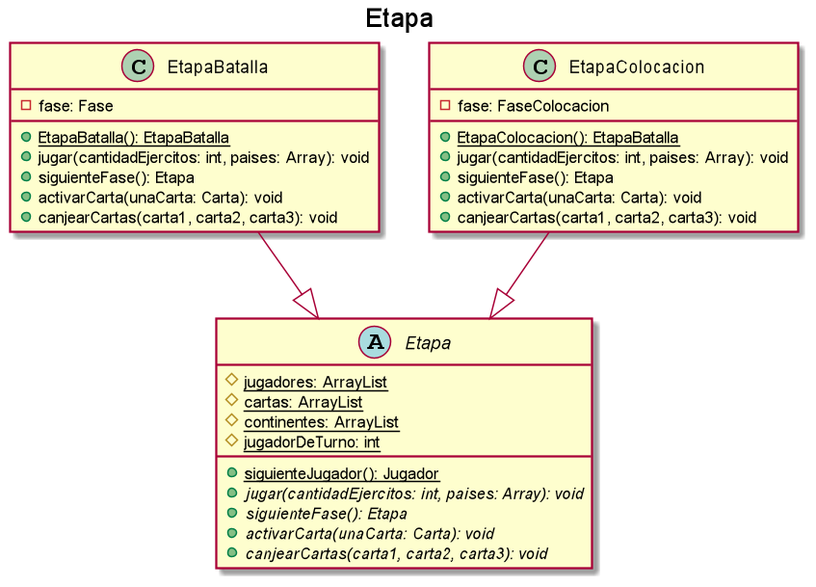
The PlantUML diagram docs/diagramas/diagramas de clase/Etapa.png in nauee/Algo3-TP2, before a commit. The source it was exported from:
```plantuml
@startuml

title Etapa

abstract class Etapa {
    # {static} jugadores: ArrayList
    # {static} cartas: ArrayList
    # {static} continentes: ArrayList
    # {static} jugadorDeTurno: int
    + {static} siguienteJugador(): Jugador
    + {abstract} jugar(cantidadEjercitos: int, paises: Array): void
    + {abstract} siguienteFase(): Etapa
    + {abstract} activarCarta(unaCarta: Carta): void
    + {abstract} canjearCartas(carta1, carta2, carta3): void
}

EtapaBatalla --|> Etapa
EtapaColocacion --|> Etapa

class EtapaBatalla {
    - fase: Fase
    + {static} EtapaBatalla(): EtapaBatalla
    + jugar(cantidadEjercitos: int, paises: Array): void
    + siguienteFase(): Etapa
    + activarCarta(unaCarta: Carta): void
    + canjearCartas(carta1, carta2, carta3): void
}

class EtapaColocacion {
    - fase: FaseColocacion
    + {static} EtapaColocacion(): EtapaBatalla
    + jugar(cantidadEjercitos: int, paises: Array): void
    + siguienteFase(): Etapa
    + activarCarta(unaCarta: Carta): void
    + canjearCartas(carta1, carta2, carta3): void
}

@enduml
```
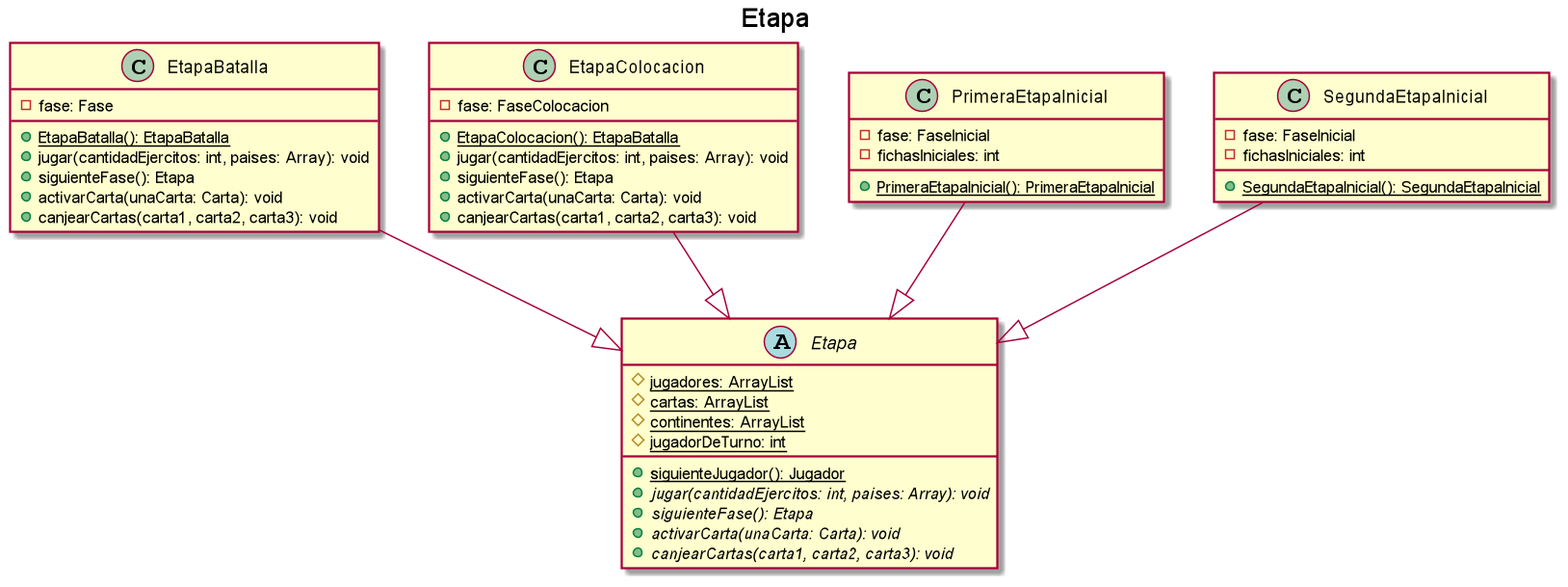
The same file after the commit.

Commit message:
Actualizacion diagramas

The edit, as a diff of the source:
```diff
@@ -35,4 +35,20 @@
     + canjearCartas(carta1, carta2, carta3): void
 }
 
+class PrimeraEtapaInicial {
+    - fase: FaseInicial
+    - fichasIniciales: int
+    + {static} PrimeraEtapaInicial(): PrimeraEtapaInicial
+}
+
+PrimeraEtapaInicial --|> Etapa
+
+class SegundaEtapaInicial {
+    - fase: FaseInicial
+    - fichasIniciales: int
+    + {static} SegundaEtapaInicial(): SegundaEtapaInicial
+}
+
+SegundaEtapaInicial --|> Etapa
+
 @enduml
```
